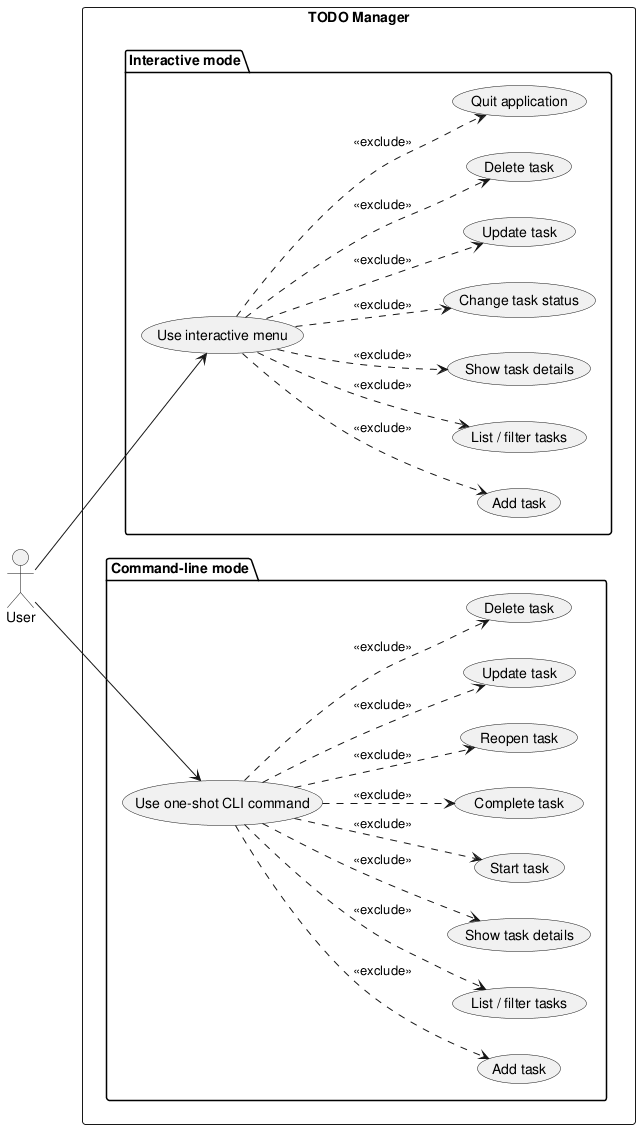
Above: experiments/pipeline/test_driven/TODO/artifacts/use_case_diagram.png in DanielRiha8906/Software_autoevolution_using_agents (PlantUML), before the change. Source of this version:
```plantuml
@startuml use_case_diagram

left to right direction

actor User

rectangle "TODO Manager" {

  package "Interactive mode" {
    usecase "Use interactive menu" as UI
    usecase "Add task" as I_ADD
    usecase "List / filter tasks" as I_LIST
    usecase "Show task details" as I_SHOW
    usecase "Change task status" as I_STATUS
    usecase "Update task" as I_UPDATE
    usecase "Delete task" as I_DELETE
    usecase "Quit application" as I_QUIT
  }

  package "Command-line mode" {
    usecase "Use one-shot CLI command" as CLI
    usecase "Add task" as C_ADD
    usecase "List / filter tasks" as C_LIST
    usecase "Show task details" as C_SHOW
    usecase "Start task" as C_START
    usecase "Complete task" as C_DONE
    usecase "Reopen task" as C_REOPEN
    usecase "Update task" as C_UPDATE
    usecase "Delete task" as C_DELETE
  }
}

User --> UI
User --> CLI

UI ..> I_ADD    : <<exclude>>
UI ..> I_LIST   : <<exclude>>
UI ..> I_SHOW   : <<exclude>>
UI ..> I_STATUS : <<exclude>>
UI ..> I_UPDATE : <<exclude>>
UI ..> I_DELETE : <<exclude>>
UI ..> I_QUIT   : <<exclude>>

CLI ..> C_ADD    : <<exclude>>
CLI ..> C_LIST   : <<exclude>>
CLI ..> C_SHOW   : <<exclude>>
CLI ..> C_START  : <<exclude>>
CLI ..> C_DONE   : <<exclude>>
CLI ..> C_REOPEN : <<exclude>>
CLI ..> C_UPDATE : <<exclude>>
CLI ..> C_DELETE : <<exclude>>

@enduml
```
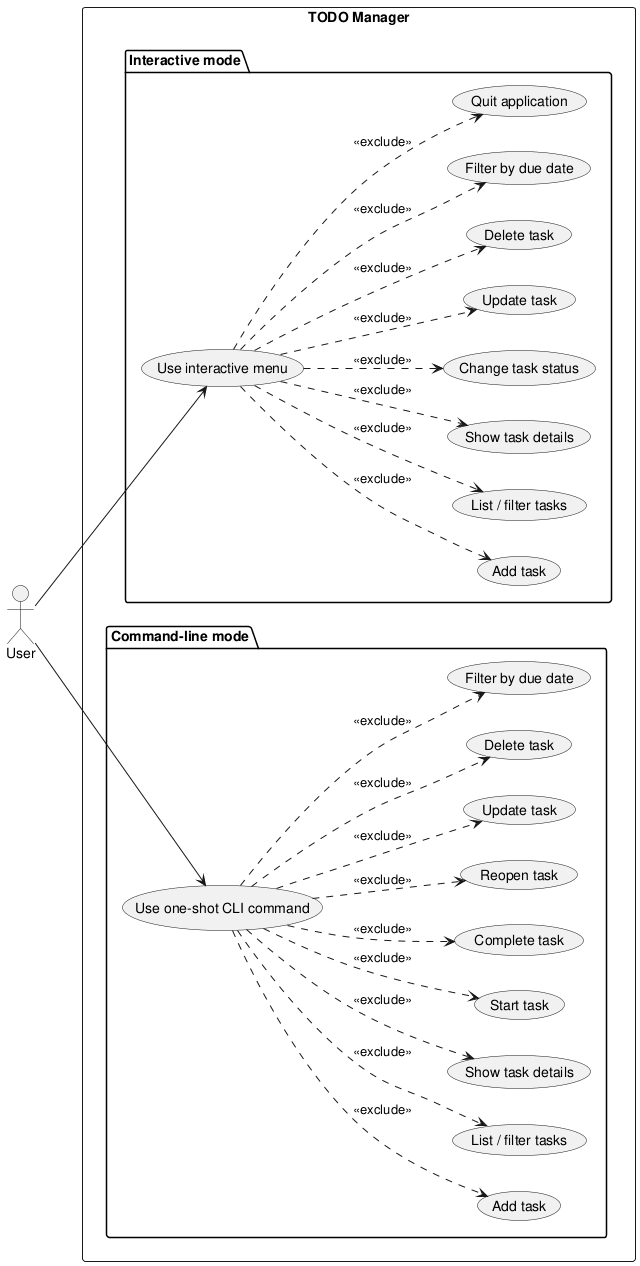
The same file after the commit.

Diff of the diagram source:
```diff
@@ -14,6 +14,7 @@
     usecase "Change task status" as I_STATUS
     usecase "Update task" as I_UPDATE
     usecase "Delete task" as I_DELETE
+    usecase "Filter by due date" as I_DUE_FILTER
     usecase "Quit application" as I_QUIT
   }
 
@@ -27,27 +28,30 @@
     usecase "Reopen task" as C_REOPEN
     usecase "Update task" as C_UPDATE
     usecase "Delete task" as C_DELETE
+    usecase "Filter by due date" as C_DUE_FILTER
   }
 }
 
 User --> UI
 User --> CLI
 
-UI ..> I_ADD    : <<exclude>>
-UI ..> I_LIST   : <<exclude>>
-UI ..> I_SHOW   : <<exclude>>
-UI ..> I_STATUS : <<exclude>>
-UI ..> I_UPDATE : <<exclude>>
-UI ..> I_DELETE : <<exclude>>
-UI ..> I_QUIT   : <<exclude>>
+UI ..> I_ADD        : <<exclude>>
+UI ..> I_LIST       : <<exclude>>
+UI ..> I_SHOW       : <<exclude>>
+UI ..> I_STATUS     : <<exclude>>
+UI ..> I_UPDATE     : <<exclude>>
+UI ..> I_DELETE     : <<exclude>>
+UI ..> I_DUE_FILTER : <<exclude>>
+UI ..> I_QUIT       : <<exclude>>
 
-CLI ..> C_ADD    : <<exclude>>
-CLI ..> C_LIST   : <<exclude>>
-CLI ..> C_SHOW   : <<exclude>>
-CLI ..> C_START  : <<exclude>>
-CLI ..> C_DONE   : <<exclude>>
-CLI ..> C_REOPEN : <<exclude>>
-CLI ..> C_UPDATE : <<exclude>>
-CLI ..> C_DELETE : <<exclude>>
+CLI ..> C_ADD        : <<exclude>>
+CLI ..> C_LIST       : <<exclude>>
+CLI ..> C_SHOW       : <<exclude>>
+CLI ..> C_START      : <<exclude>>
+CLI ..> C_DONE       : <<exclude>>
+CLI ..> C_REOPEN     : <<exclude>>
+CLI ..> C_UPDATE     : <<exclude>>
+CLI ..> C_DELETE     : <<exclude>>
+CLI ..> C_DUE_FILTER : <<exclude>>
 
 @enduml
```
